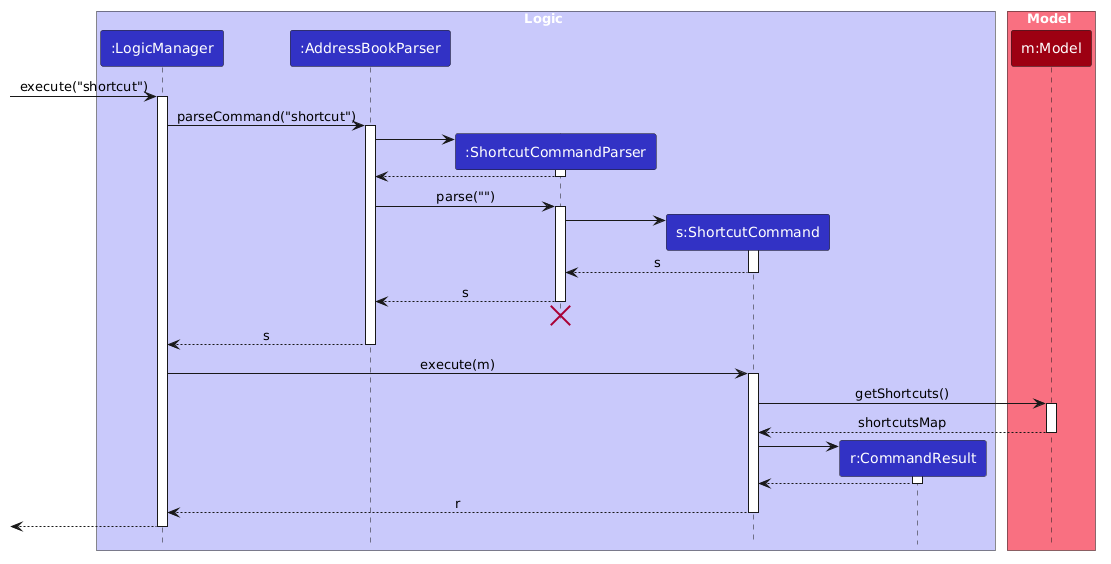
Earlier version of the PlantUML export docs/images/ShortcutListSequenceDiagram.png (AY2627S1-CS2103T-T13-3/tp).
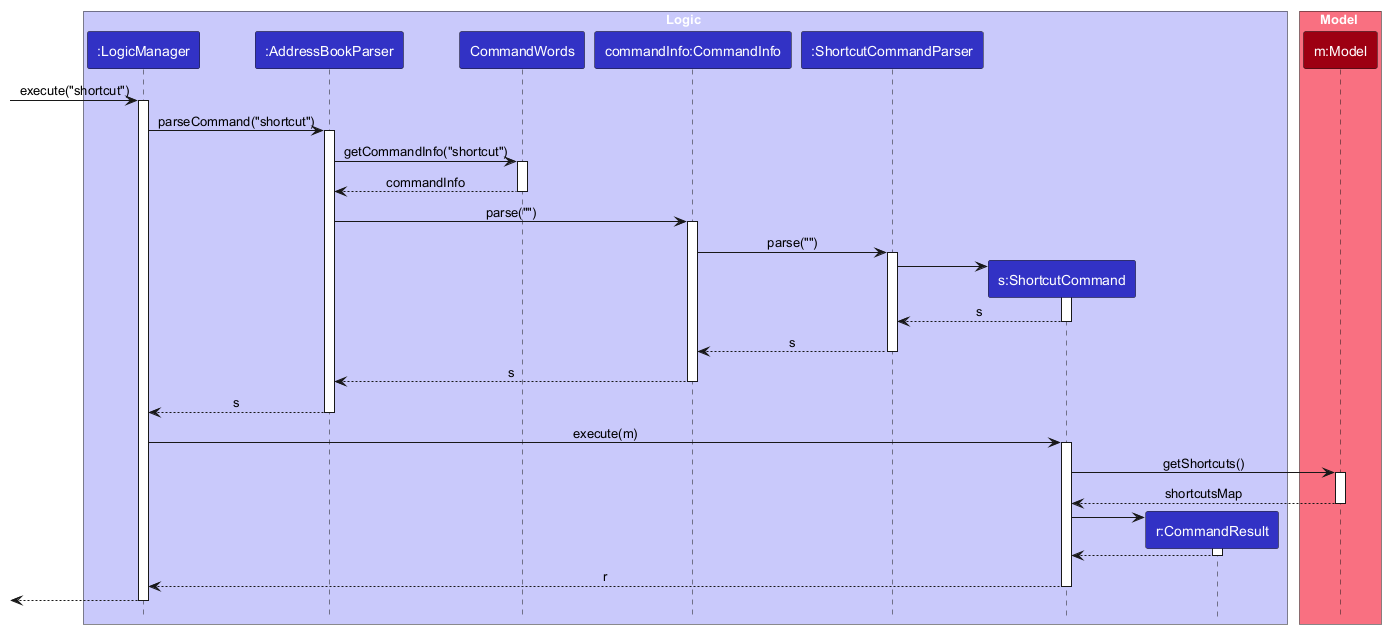
The same diagram one commit later.

Change to the diagram source:
```diff
@@ -1,89 +1,12 @@
 @startuml
-
-
-
-!define UI_COLOR #1D8900
-!define UI_COLOR_T1 #83E769
-!define UI_COLOR_T2 #3FC71B
-!define UI_COLOR_T3 #166800
-!define UI_COLOR_T4 #0E4100
-
-!define LOGIC_COLOR #3333C4
-!define LOGIC_COLOR_T1 #C8C8FA
-!define LOGIC_COLOR_T2 #6A6ADC
-!define LOGIC_COLOR_T3 #1616B0
-!define LOGIC_COLOR_T4 #101086
-
-!define MODEL_COLOR #9D0012
-!define MODEL_COLOR_T1 #F97181
-!define MODEL_COLOR_T2 #E41F36
-!define MODEL_COLOR_T3 #7B000E
-!define MODEL_COLOR_T4 #51000A
-
-!define STORAGE_COLOR #A38300
-!define STORAGE_COLOR_T1 #FFE374
-!define STORAGE_COLOR_T2 #EDC520
-!define STORAGE_COLOR_T3 #806600
-!define STORAGE_COLOR_T2 #544400
-
-!define USER_COLOR #000000
-
-skinparam Package {
-    BackgroundColor #FFFFFF
-    BorderThickness 1
-    FontSize 16
-}
-
-skinparam Class {
-    FontColor #FFFFFF
-    FontSize 15
-    BorderThickness 1
-    BorderColor #FFFFFF
-    StereotypeFontColor #FFFFFF
-    FontName Arial
-}
-
-skinparam Actor {
-    BorderColor USER_COLOR
-    Color USER_COLOR
-    FontName Arial
-}
-
-skinparam Sequence {
-    MessageAlign center
-    BoxFontSize 15
-    BoxPadding 0
-    BoxFontColor #FFFFFF
-    FontName Arial
-}
-
-skinparam Participant {
-    FontColor #FFFFFFF
-    Padding 20
-}
-
-skinparam ArrowFontStyle bold
-skinparam MinClassWidth 50
-<style>
-sequenceDiagram {
-    participant {
-        Padding 10
-    }
-}
-</style>
-skinparam Shadowing false
-skinparam DefaultTextAlignment center
-skinparam packageStyle Rectangle
-
-hide footbox
-hide members
-hide circle
-
+!include style.puml
 skinparam ArrowFontStyle plain
 
 box Logic LOGIC_COLOR_T1
 participant ":LogicManager" as LogicManager LOGIC_COLOR
 participant ":AddressBookParser" as AddressBookParser LOGIC_COLOR
+participant "CommandWords" as CommandWords LOGIC_COLOR
+participant "commandInfo:CommandInfo" as CommandInfo LOGIC_COLOR
 participant ":ShortcutCommandParser" as ShortcutCommandParser LOGIC_COLOR
 participant "s:ShortcutCommand" as ShortcutCommand LOGIC_COLOR
 participant "r:CommandResult" as CommandResult LOGIC_COLOR
@@ -99,14 +22,16 @@
 LogicManager -> AddressBookParser : parseCommand("shortcut")
 activate AddressBookParser
 
-create ShortcutCommandParser
-AddressBookParser -> ShortcutCommandParser
-activate ShortcutCommandParser
+AddressBookParser -> CommandWords : getCommandInfo("shortcut")
+activate CommandWords
 
-ShortcutCommandParser --> AddressBookParser
-deactivate ShortcutCommandParser
+CommandWords --> AddressBookParser : commandInfo
+deactivate CommandWords
 
-AddressBookParser -> ShortcutCommandParser : parse("")
+AddressBookParser -> CommandInfo : parse("")
+activate CommandInfo
+
+CommandInfo -> ShortcutCommandParser : parse("")
 activate ShortcutCommandParser
 
 create ShortcutCommand
@@ -116,10 +41,11 @@
 ShortcutCommand --> ShortcutCommandParser : s
 deactivate ShortcutCommand
 
-ShortcutCommandParser --> AddressBookParser : s
+ShortcutCommandParser --> CommandInfo : s
 deactivate ShortcutCommandParser
-ShortcutCommandParser -[hidden]-> AddressBookParser
-destroy ShortcutCommandParser
+
+CommandInfo --> AddressBookParser : s
+deactivate CommandInfo
 
 AddressBookParser --> LogicManager : s
 deactivate AddressBookParser
```
